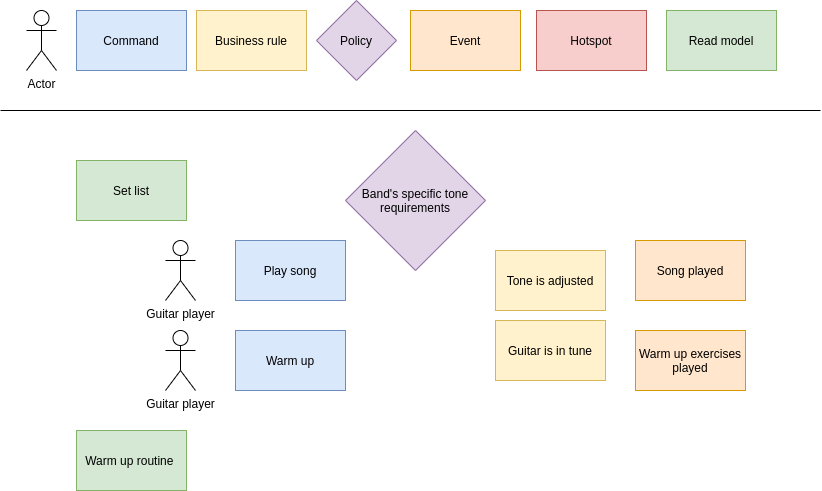
Above: guitar_dles.png in breader124/ddd-building-blocks (draw.io), before the change. Source tidied: cells renumbered, new cells last; positions are measured from the earlier drawing's top-left corner, leaving out a move shared by most shapes.
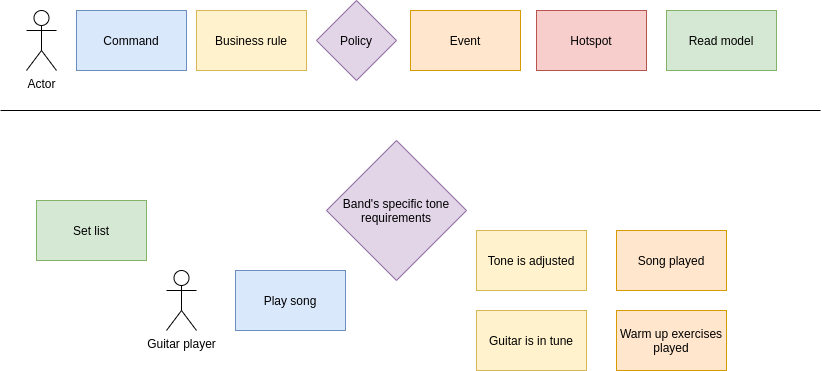
Above is the later version.

Change to the diagram source:
```diff
@@ -27,40 +27,31 @@
       </mxGeometry>
     </mxCell>
     <mxCell id="9" value="Tone is adjusted" style="rounded=0;whiteSpace=wrap;html=1;fillColor=#fff2cc;strokeColor=#d6b656;flipH=0;" parent="1" vertex="1">
-      <mxGeometry x="495" y="250" width="110" height="60" as="geometry" />
+      <mxGeometry x="476" y="230" width="110" height="60" as="geometry" />
     </mxCell>
     <mxCell id="10" value="Guitar is in tune" style="rounded=0;whiteSpace=wrap;html=1;fillColor=#fff2cc;strokeColor=#d6b656;flipH=0;" parent="1" vertex="1">
-      <mxGeometry x="495" y="320" width="110" height="60" as="geometry" />
+      <mxGeometry x="476" y="310" width="110" height="60" as="geometry" />
     </mxCell>
-    <mxCell id="11" value="Warm up" style="rounded=0;whiteSpace=wrap;html=1;fillColor=#dae8fc;strokeColor=#6c8ebf;flipH=0;" parent="1" vertex="1">
-      <mxGeometry x="235" y="330" width="110" height="60" as="geometry" />
-    </mxCell>
     <mxCell id="12" value="Play song" style="rounded=0;whiteSpace=wrap;html=1;fillColor=#dae8fc;strokeColor=#6c8ebf;flipH=0;" parent="1" vertex="1">
-      <mxGeometry x="235" y="240" width="110" height="60" as="geometry" />
+      <mxGeometry x="235" y="270" width="110" height="60" as="geometry" />
     </mxCell>
     <mxCell id="13" value="Song played" style="rounded=0;whiteSpace=wrap;html=1;fillColor=#ffe6cc;strokeColor=#d79b00;flipH=0;" parent="1" vertex="1">
-      <mxGeometry x="635" y="240" width="110" height="60" as="geometry" />
+      <mxGeometry x="616" y="230" width="110" height="60" as="geometry" />
     </mxCell>
     <mxCell id="14" value="Warm up exercises played" style="rounded=0;whiteSpace=wrap;html=1;fillColor=#ffe6cc;strokeColor=#d79b00;flipH=0;" parent="1" vertex="1">
-      <mxGeometry x="635" y="330" width="110" height="60" as="geometry" />
+      <mxGeometry x="616" y="310" width="110" height="60" as="geometry" />
     </mxCell>
     <mxCell id="15" value="Band's specific tone requirements" style="rhombus;whiteSpace=wrap;html=1;fillColor=#e1d5e7;strokeColor=#9673a6;flipH=0;" parent="1" vertex="1">
-      <mxGeometry x="345" y="130" width="140" height="140" as="geometry" />
+      <mxGeometry x="326" y="140" width="140" height="140" as="geometry" />
     </mxCell>
     <mxCell id="16" value="Guitar player" style="shape=umlActor;verticalLabelPosition=bottom;verticalAlign=top;html=1;flipH=0;" parent="1" vertex="1">
-      <mxGeometry x="165" y="240" width="30" height="60" as="geometry" />
+      <mxGeometry x="166" y="270" width="30" height="60" as="geometry" />
     </mxCell>
-    <mxCell id="17" value="Guitar player" style="shape=umlActor;verticalLabelPosition=bottom;verticalAlign=top;html=1;flipH=0;" parent="1" vertex="1">
-      <mxGeometry x="165" y="330" width="30" height="60" as="geometry" />
-    </mxCell>
     <mxCell id="18" value="Read model" style="rounded=0;whiteSpace=wrap;html=1;fillColor=#d5e8d4;strokeColor=#82b366;flipH=0;" parent="1" vertex="1">
       <mxGeometry x="666" y="10" width="110" height="60" as="geometry" />
     </mxCell>
     <mxCell id="19" value="Set list" style="rounded=0;whiteSpace=wrap;html=1;fillColor=#d5e8d4;strokeColor=#82b366;flipH=0;" parent="1" vertex="1">
-      <mxGeometry x="76" y="160" width="110" height="60" as="geometry" />
+      <mxGeometry x="36" y="200" width="110" height="60" as="geometry" />
     </mxCell>
-    <mxCell id="20" value="Warm up routine&amp;nbsp;" style="rounded=0;whiteSpace=wrap;html=1;fillColor=#d5e8d4;strokeColor=#82b366;flipH=0;" parent="1" vertex="1">
-      <mxGeometry x="76" y="430" width="110" height="60" as="geometry" />
-    </mxCell>
   </root>
 </mxGraphModel>
```
